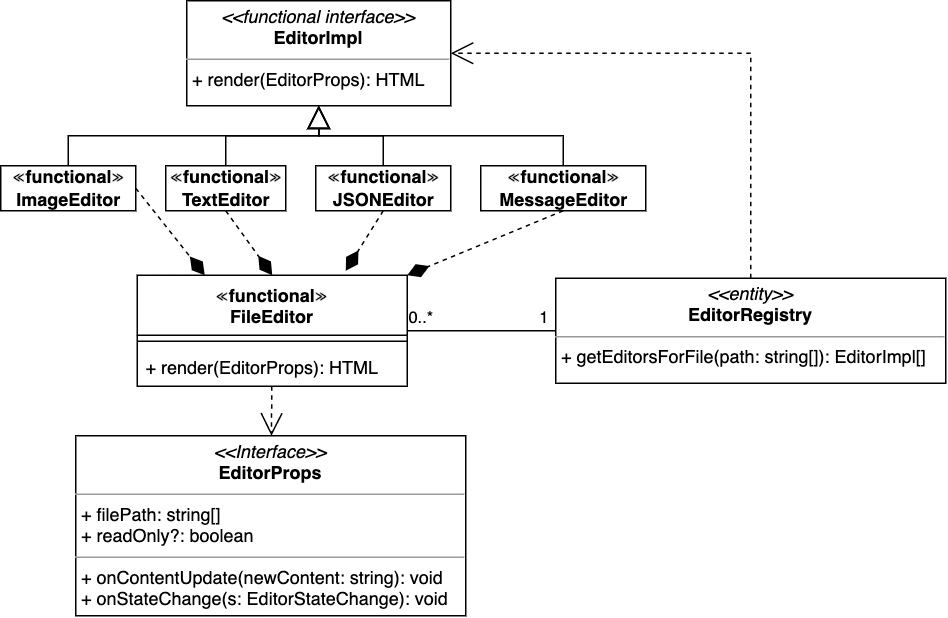
Above: ba-text/pics/abstract_editor_uml.drawio.png in lokmeinmatz/ba-docs (draw.io), before the change. Source tidied: cells renumbered, new cells last; positions are measured from the earlier drawing's top-left corner, leaving out a move shared by most shapes.
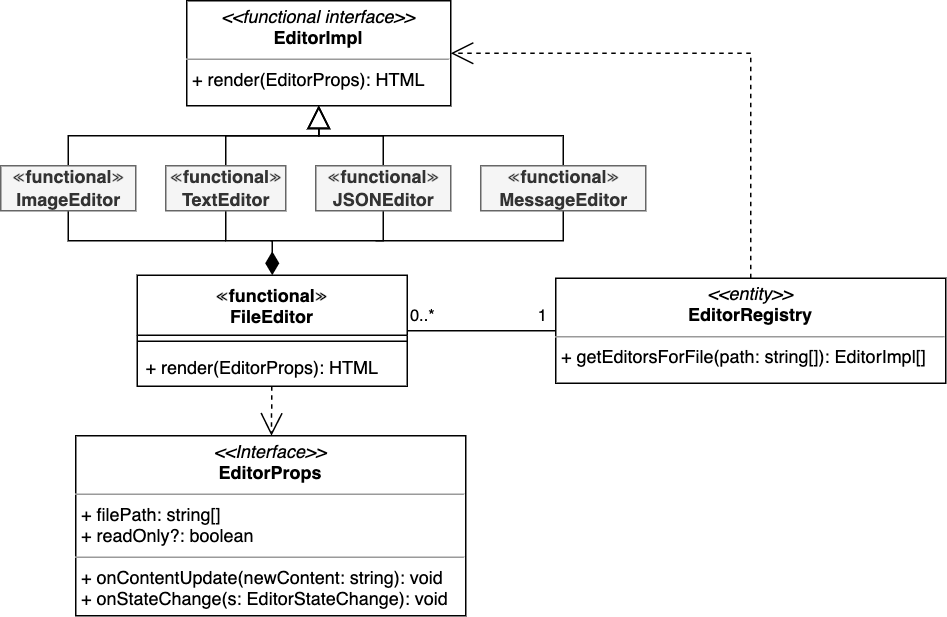
After the commit.

Change to the diagram source:
```diff
@@ -5,33 +5,46 @@
     <mxCell id="2" value="&lt;p style=&quot;margin: 0px ; margin-top: 4px ; text-align: center&quot;&gt;&lt;i&gt;&amp;lt;&amp;lt;Interface&amp;gt;&amp;gt;&lt;/i&gt;&lt;br&gt;&lt;b&gt;EditorProps&lt;/b&gt;&lt;/p&gt;&lt;hr size=&quot;1&quot;&gt;&lt;p style=&quot;margin: 0px ; margin-left: 4px&quot;&gt;+ filePath: string[]&lt;br&gt;+ readOnly?: boolean&lt;/p&gt;&lt;hr size=&quot;1&quot;&gt;&lt;p style=&quot;margin: 0px ; margin-left: 4px&quot;&gt;+ onContentUpdate(newContent: string): void&lt;br&gt;+ onStateChange(s: EditorStateChange): void&lt;/p&gt;" style="verticalAlign=top;align=left;overflow=fill;fontSize=12;fontFamily=Helvetica;html=1;" parent="1" vertex="1">
       <mxGeometry x="50" y="290" width="260" height="120" as="geometry" />
     </mxCell>
-    <mxCell id="3" style="edgeStyle=none;html=1;exitX=0.5;exitY=1;exitDx=0;exitDy=0;entryX=0.5;entryY=0;entryDx=0;entryDy=0;dashed=1;endArrow=diamondThin;endFill=1;endSize=13;strokeWidth=1;" parent="1" edge="1" source="5" target="16">
-      <mxGeometry relative="1" as="geometry" />
+    <mxCell id="3" style="edgeStyle=orthogonalEdgeStyle;html=1;exitX=0.5;exitY=1;exitDx=0;exitDy=0;entryX=0.5;entryY=0;entryDx=0;entryDy=0;endArrow=diamondThin;endFill=1;endSize=13;strokeWidth=1;rounded=0;" parent="1" edge="1" source="5" target="16">
+      <mxGeometry relative="1" as="geometry">
+        <Array as="points">
+          <mxPoint x="150" y="160" />
+          <mxPoint x="181" y="160" />
+        </Array>
+      </mxGeometry>
     </mxCell>
     <mxCell id="4" style="edgeStyle=orthogonalEdgeStyle;rounded=0;jumpSize=3;html=1;exitX=0.5;exitY=0;exitDx=0;exitDy=0;entryX=0.5;entryY=1;entryDx=0;entryDy=0;endArrow=block;endFill=0;endSize=13;strokeWidth=1;" parent="1" edge="1" source="5" target="24">
       <mxGeometry relative="1" as="geometry" />
     </mxCell>
-    <mxCell id="5" value="&lt;span style=&quot;border-color: var(--border-color); font-family: u2000;&quot; id=&quot;char-node&quot;&gt;≪&lt;/span&gt;functional&lt;span style=&quot;border-color: var(--border-color); font-family: u2000;&quot; id=&quot;char-node&quot;&gt;≫&lt;/span&gt;&lt;br&gt;TextEditor" style="html=1;fontStyle=1;" parent="1" vertex="1">
+    <mxCell id="5" value="&lt;span style=&quot;border-color: var(--border-color); font-family: u2000;&quot; id=&quot;char-node&quot;&gt;≪&lt;/span&gt;functional&lt;span style=&quot;border-color: var(--border-color); font-family: u2000;&quot; id=&quot;char-node&quot;&gt;≫&lt;/span&gt;&lt;br&gt;TextEditor" style="html=1;fontStyle=1;fillColor=#f5f5f5;strokeColor=#666666;fontColor=#333333;" parent="1" vertex="1">
       <mxGeometry x="110" y="110" width="80" height="30" as="geometry" />
     </mxCell>
-    <mxCell id="6" style="edgeStyle=none;html=1;exitX=0.5;exitY=1;exitDx=0;exitDy=0;dashed=1;endArrow=diamondThin;endFill=1;endSize=13;strokeWidth=1;" parent="1" edge="1" source="8">
-      <mxGeometry relative="1" as="geometry">
-        <mxPoint x="230" y="180" as="targetPoint" />
-      </mxGeometry>
-    </mxCell>
     <mxCell id="7" style="edgeStyle=orthogonalEdgeStyle;rounded=0;jumpSize=3;html=1;exitX=0.5;exitY=0;exitDx=0;exitDy=0;entryX=0.5;entryY=1;entryDx=0;entryDy=0;endArrow=block;endFill=0;endSize=13;strokeWidth=1;" parent="1" edge="1" source="8" target="24">
       <mxGeometry relative="1" as="geometry" />
     </mxCell>
+    <mxCell id="25" style="edgeStyle=orthogonalEdgeStyle;rounded=0;html=1;exitX=0.5;exitY=1;exitDx=0;exitDy=0;endArrow=none;endFill=0;" parent="1" edge="1" source="8">
+      <mxGeometry relative="1" as="geometry">
+        <mxPoint x="180" y="160" as="targetPoint" />
+        <Array as="points">
+          <mxPoint x="255" y="160" />
+        </Array>
+      </mxGeometry>
+    </mxCell>
-    <mxCell id="8" value="&lt;span style=&quot;border-color: var(--border-color); font-family: u2000;&quot; id=&quot;char-node&quot;&gt;≪&lt;/span&gt;functional&lt;span style=&quot;border-color: var(--border-color); font-family: u2000;&quot; id=&quot;char-node&quot;&gt;≫&lt;/span&gt;&lt;br&gt;JSONEditor" style="html=1;fontStyle=1;" parent="1" vertex="1">
+    <mxCell id="8" value="&lt;span style=&quot;border-color: var(--border-color); font-family: u2000;&quot; id=&quot;char-node&quot;&gt;≪&lt;/span&gt;functional&lt;span style=&quot;border-color: var(--border-color); font-family: u2000;&quot; id=&quot;char-node&quot;&gt;≫&lt;/span&gt;&lt;br&gt;JSONEditor" style="html=1;fontStyle=1;fillColor=#f5f5f5;strokeColor=#666666;fontColor=#333333;" parent="1" vertex="1">
       <mxGeometry x="210" y="110" width="90" height="30" as="geometry" />
     </mxCell>
-    <mxCell id="9" style="edgeStyle=none;html=1;exitX=0.5;exitY=1;exitDx=0;exitDy=0;dashed=1;endArrow=diamondThin;endFill=1;endSize=13;strokeWidth=1;entryX=1;entryY=0;entryDx=0;entryDy=0;" parent="1" edge="1" source="11" target="16">
-      <mxGeometry relative="1" as="geometry" />
-    </mxCell>
     <mxCell id="10" style="edgeStyle=orthogonalEdgeStyle;rounded=0;jumpSize=3;html=1;exitX=0.5;exitY=0;exitDx=0;exitDy=0;entryX=0.5;entryY=1;entryDx=0;entryDy=0;endArrow=block;endFill=0;endSize=13;strokeWidth=1;" parent="1" edge="1" source="11" target="24">
       <mxGeometry relative="1" as="geometry" />
     </mxCell>
+    <mxCell id="26" style="edgeStyle=orthogonalEdgeStyle;rounded=0;html=1;exitX=0.5;exitY=1;exitDx=0;exitDy=0;endArrow=none;endFill=0;" parent="1" edge="1" source="11">
+      <mxGeometry relative="1" as="geometry">
+        <mxPoint x="250" y="160" as="targetPoint" />
+        <Array as="points">
+          <mxPoint x="375" y="160" />
+        </Array>
+      </mxGeometry>
+    </mxCell>
-    <mxCell id="11" value="&lt;span style=&quot;border-color: var(--border-color); font-family: u2000;&quot; id=&quot;char-node&quot;&gt;≪&lt;/span&gt;functional&lt;span style=&quot;border-color: var(--border-color); font-family: u2000;&quot; id=&quot;char-node&quot;&gt;≫&lt;/span&gt;&lt;br&gt;MessageEditor" style="html=1;fontStyle=1;" parent="1" vertex="1">
+    <mxCell id="11" value="&lt;span style=&quot;border-color: var(--border-color); font-family: u2000;&quot; id=&quot;char-node&quot;&gt;≪&lt;/span&gt;functional&lt;span style=&quot;border-color: var(--border-color); font-family: u2000;&quot; id=&quot;char-node&quot;&gt;≫&lt;/span&gt;&lt;br&gt;MessageEditor" style="html=1;fontStyle=1;fillColor=#f5f5f5;strokeColor=#666666;fontColor=#333333;" parent="1" vertex="1">
       <mxGeometry x="320" y="110" width="110" height="30" as="geometry" />
     </mxCell>
     <mxCell id="12" style="edgeStyle=none;html=1;endArrow=open;endFill=0;endSize=13;strokeWidth=1;dashed=1;" parent="1" edge="1" source="16" target="2">
@@ -59,13 +72,18 @@
     <mxCell id="18" value="+ render(EditorProps): HTML" style="text;strokeColor=none;fillColor=none;align=left;verticalAlign=top;spacingLeft=4;spacingRight=4;overflow=hidden;" parent="16" vertex="1">
       <mxGeometry y="48" width="180" height="26" as="geometry" />
     </mxCell>
-    <mxCell id="19" style="edgeStyle=none;html=1;exitX=1;exitY=0.5;exitDx=0;exitDy=0;entryX=0.25;entryY=0;entryDx=0;entryDy=0;dashed=1;endArrow=diamondThin;endFill=1;endSize=13;strokeWidth=1;" parent="1" edge="1" source="21" target="16">
-      <mxGeometry relative="1" as="geometry" />
-    </mxCell>
     <mxCell id="20" style="edgeStyle=orthogonalEdgeStyle;rounded=0;jumpSize=3;html=1;exitX=0.5;exitY=0;exitDx=0;exitDy=0;endArrow=block;endFill=0;endSize=13;strokeWidth=1;" parent="1" edge="1" source="21" target="24">
       <mxGeometry relative="1" as="geometry" />
     </mxCell>
+    <mxCell id="27" style="edgeStyle=orthogonalEdgeStyle;rounded=0;html=1;exitX=0.5;exitY=1;exitDx=0;exitDy=0;endArrow=none;endFill=0;" parent="1" edge="1" source="21">
+      <mxGeometry relative="1" as="geometry">
+        <mxPoint x="150" y="160" as="targetPoint" />
+        <Array as="points">
+          <mxPoint x="45" y="160" />
+        </Array>
+      </mxGeometry>
+    </mxCell>
-    <mxCell id="21" value="&lt;span style=&quot;font-family:u2000&quot; id=&quot;char-node&quot;&gt;≪&lt;/span&gt;functional&lt;span style=&quot;font-family:u2000&quot; id=&quot;char-node&quot;&gt;≫&lt;/span&gt;&lt;br&gt;ImageEditor" style="html=1;fontStyle=1;" parent="1" vertex="1">
+    <mxCell id="21" value="&lt;span style=&quot;font-family:u2000&quot; id=&quot;char-node&quot;&gt;≪&lt;/span&gt;functional&lt;span style=&quot;font-family:u2000&quot; id=&quot;char-node&quot;&gt;≫&lt;/span&gt;&lt;br&gt;ImageEditor" style="html=1;fontStyle=1;fillColor=#f5f5f5;strokeColor=#666666;fontColor=#333333;" parent="1" vertex="1">
       <mxGeometry y="110" width="90" height="30" as="geometry" />
     </mxCell>
     <mxCell id="22" style="edgeStyle=orthogonalEdgeStyle;rounded=0;jumpSize=3;html=1;exitX=0.5;exitY=0;exitDx=0;exitDy=0;entryX=1;entryY=0.5;entryDx=0;entryDy=0;endArrow=open;endFill=0;endSize=13;strokeWidth=1;dashed=1;" parent="1" edge="1" source="23" target="24">
```
